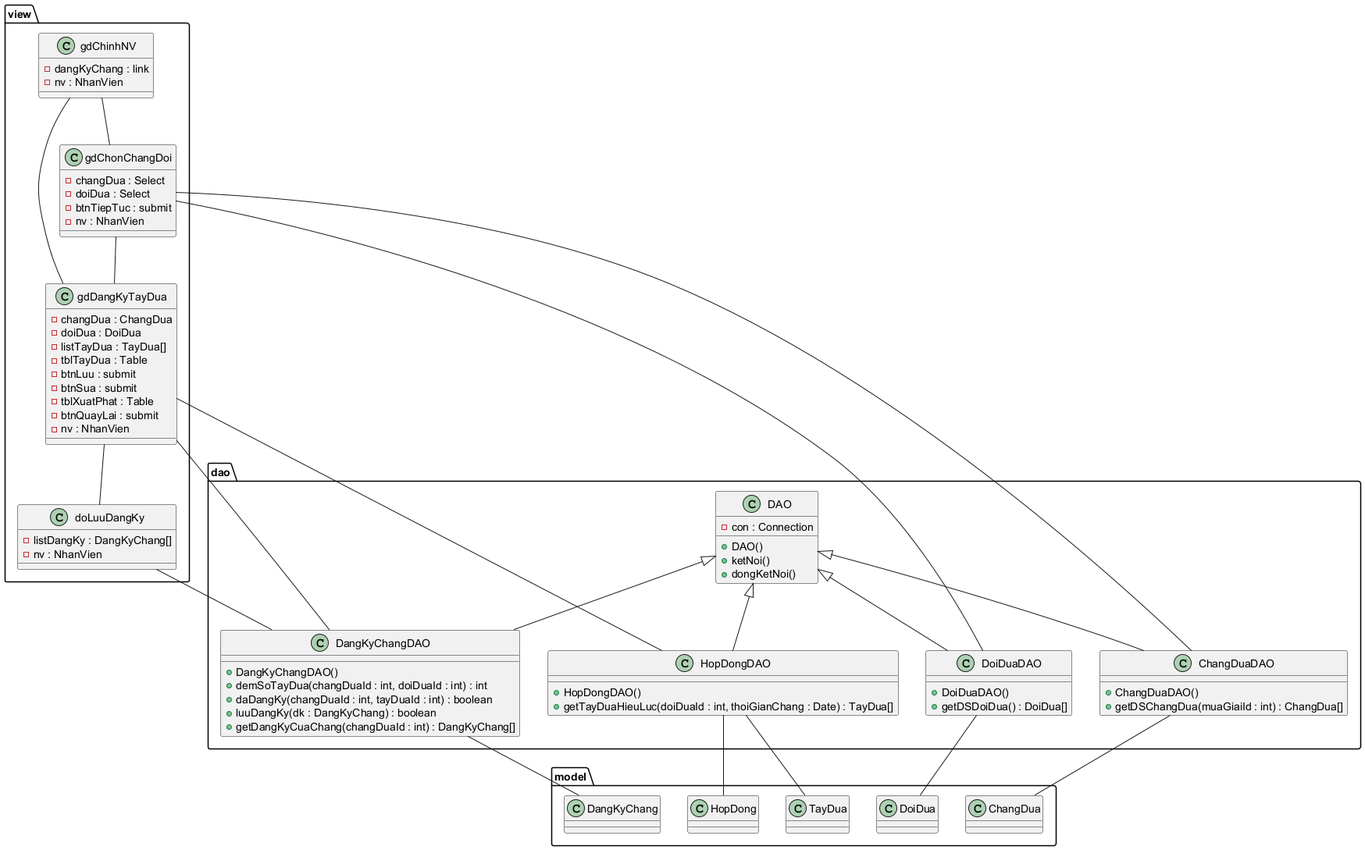
7gho/CNPM-He2026 keeps this PlantUML diagram as Module 2 - Kin/hinh/ref/5-bieu-do-lop-thiet-ke-jsp-dao-model.png. Above is the earlier version.
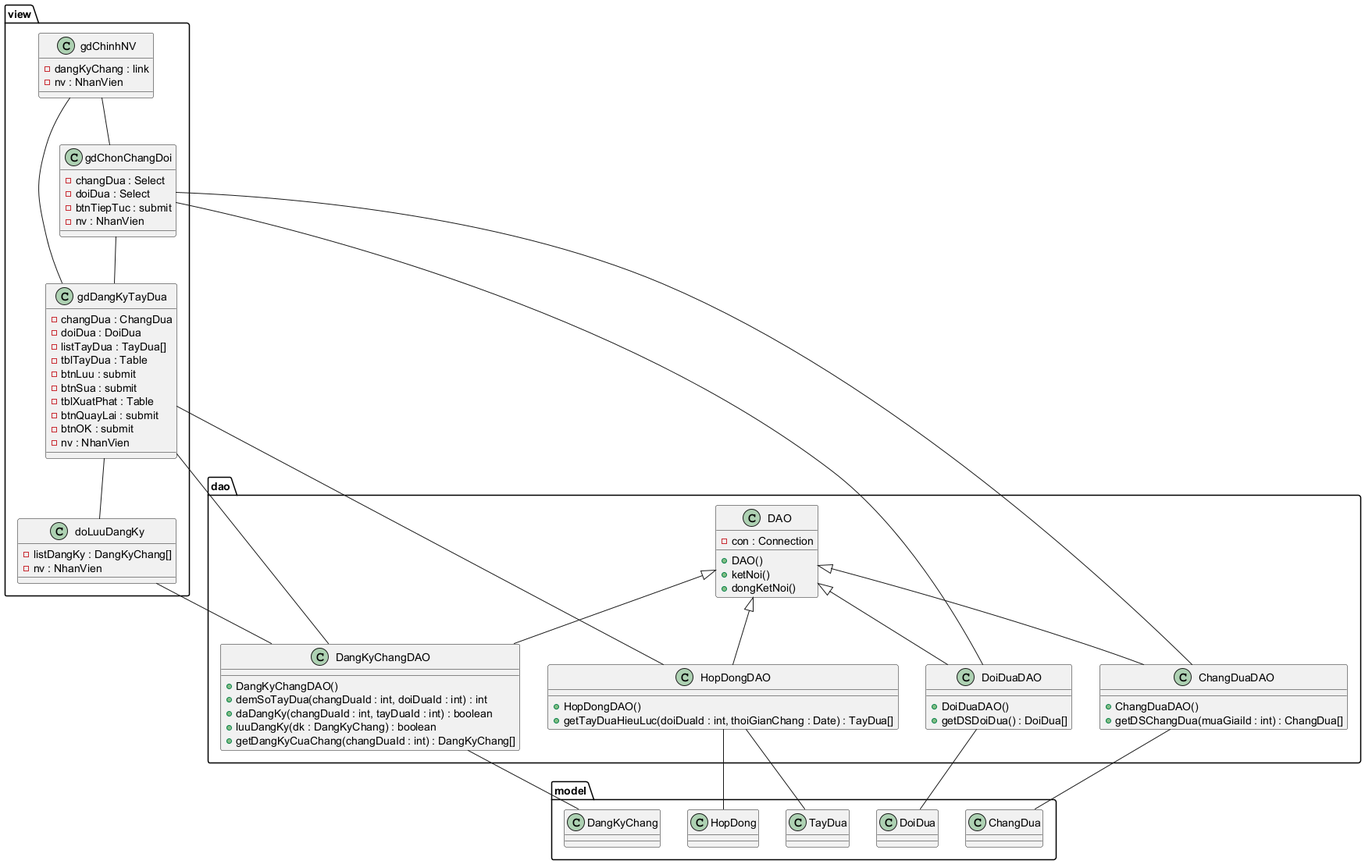
Above is the later version.

Diff of the diagram source:
```diff
@@ -19,6 +19,7 @@
     -btnSua : submit
     -tblXuatPhat : Table
     -btnQuayLai : submit
+    -btnOK : submit
     -nv : NhanVien
   }
   class doLuuDangKy {
```
